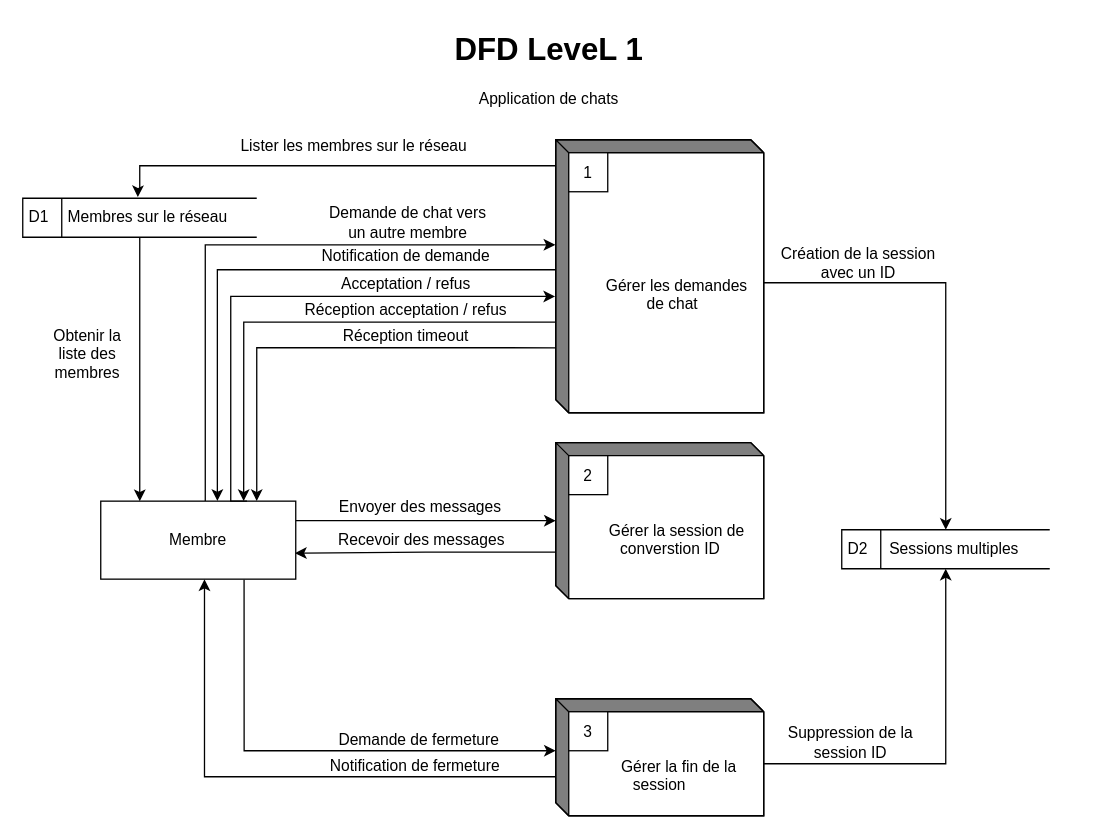
samuelroland/poneytoponey keeps this draw.io diagram as docs/dfd.drawio. Above is the earlier version. Source tidied: cells renumbered, new cells numbered last; positions are measured from the earlier drawing's top-left corner, leaving out a move shared by most shapes. Both pictures are drawn from the tidied source at 130%, with x=0, y=0 at pixel (22, 22).
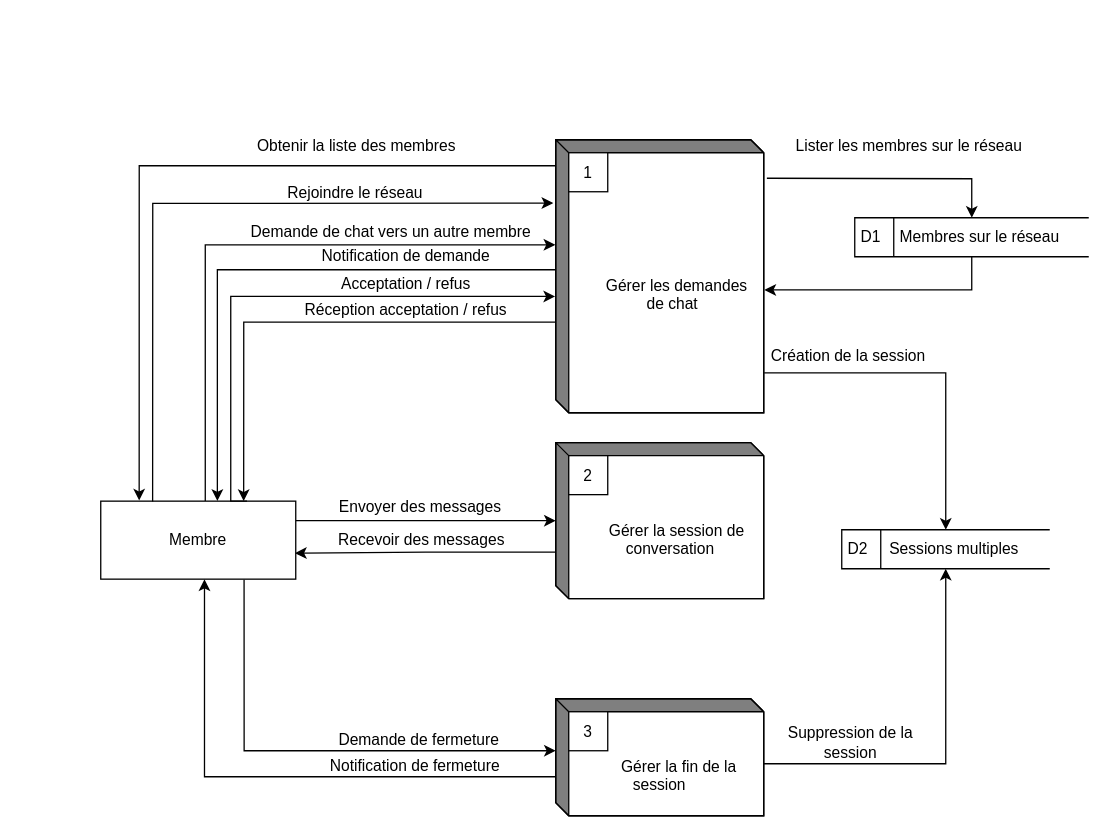
Above is the later version.

Unchanged cells that the change refers to:
```xml
<mxCell id="4" value="&lt;div&gt;&lt;br&gt;&lt;/div&gt;&lt;div&gt;&lt;br&gt;&lt;/div&gt;&lt;div&gt;&amp;nbsp; &amp;nbsp; &amp;nbsp; &amp;nbsp; &amp;nbsp;Gérer les demandes&amp;nbsp;&lt;/div&gt;&lt;div&gt;&amp;nbsp; &amp;nbsp; &amp;nbsp; de chat&lt;/div&gt;" style="html=1;dashed=0;whiteSpace=wrap;shape=mxgraph.dfd.externalEntity;" parent="1" vertex="1">
  <mxGeometry x="410" y="90" width="160" height="210" as="geometry" />
</mxCell>
<mxCell id="16" value="Membre" style="html=1;dashed=0;whiteSpace=wrap;" parent="1" vertex="1">
  <mxGeometry x="60" y="368" width="150" height="60" as="geometry" />
</mxCell>
<mxCell id="17" value="D2&amp;nbsp; &amp;nbsp; &amp;nbsp;Sessions multiples" style="html=1;dashed=0;whiteSpace=wrap;shape=mxgraph.dfd.dataStoreID;align=left;spacingLeft=3;points=[[0,0],[0.5,0],[1,0],[0,0.5],[1,0.5],[0,1],[0.5,1],[1,1]];" parent="1" vertex="1">
  <mxGeometry x="630" y="390" width="160" height="30" as="geometry" />
</mxCell>
```

Diff of the diagram source:
```diff
@@
-    <mxCell id="2" style="edgeStyle=orthogonalEdgeStyle;rounded=0;jettySize=auto;html=1;exitX=0;exitY=0;exitDx=0;exitDy=20;exitPerimeter=0;entryX=0.492;entryY=-0.029;entryDx=0;entryDy=0;entryPerimeter=0;" parent="1" edge="1" source="4" target="14">
+    <mxCell id="2" style="edgeStyle=orthogonalEdgeStyle;rounded=0;jettySize=auto;html=1;exitX=0;exitY=0;exitDx=0;exitDy=20;exitPerimeter=0;entryX=0.197;entryY=-0.008;entryDx=0;entryDy=0;entryPerimeter=0;" parent="1" edge="1" source="4" target="16">
       <mxGeometry relative="1" as="geometry">
         <Array as="points">
           <mxPoint x="90" y="110" />
-          <mxPoint x="90" y="129" />
         </Array>
       </mxGeometry>
     </mxCell>
-    <mxCell id="3" style="edgeStyle=orthogonalEdgeStyle;rounded=0;jettySize=auto;html=1;exitX=0;exitY=0;exitDx=160;exitDy=110;exitPerimeter=0;" parent="1" edge="1" source="4" target="17">
+    <mxCell id="3" style="edgeStyle=orthogonalEdgeStyle;rounded=0;jettySize=auto;html=1;exitX=1.002;exitY=0.854;exitDx=0;exitDy=0;exitPerimeter=0;" parent="1" edge="1" source="4" target="17">
       <mxGeometry relative="1" as="geometry" />
     </mxCell>
@@
-    <mxCell id="7" value="&lt;div&gt;&lt;br&gt;&lt;/div&gt;&lt;div&gt;&lt;br&gt;&lt;/div&gt;&lt;div&gt;&amp;nbsp; &amp;nbsp; &amp;nbsp; &amp;nbsp; &amp;nbsp;Gérer la session de&amp;nbsp;&lt;/div&gt;&lt;div&gt;&amp;nbsp; &amp;nbsp; &amp;nbsp;converstion ID&lt;/div&gt;" style="html=1;dashed=0;whiteSpace=wrap;shape=mxgraph.dfd.externalEntity;" parent="1" vertex="1">
+    <mxCell id="7" value="&lt;div&gt;&lt;br&gt;&lt;/div&gt;&lt;div&gt;&lt;br&gt;&lt;/div&gt;&lt;div&gt;&amp;nbsp; &amp;nbsp; &amp;nbsp; &amp;nbsp; &amp;nbsp;Gérer la session de&amp;nbsp;&lt;/div&gt;&lt;div&gt;&amp;nbsp; &amp;nbsp; &amp;nbsp;conversation&lt;/div&gt;" style="html=1;dashed=0;whiteSpace=wrap;shape=mxgraph.dfd.externalEntity;" parent="1" vertex="1">
       <mxGeometry x="410" y="323" width="160" height="120" as="geometry" />
     </mxCell>
@@
-    <mxCell id="13" style="edgeStyle=orthogonalEdgeStyle;rounded=0;jettySize=auto;html=1;exitX=0.5;exitY=1;exitDx=0;exitDy=0;" parent="1" edge="1" source="14" target="16">
+    <mxCell id="13" style="edgeStyle=orthogonalEdgeStyle;rounded=0;jettySize=auto;html=1;exitX=0.5;exitY=1;exitDx=0;exitDy=0;entryX=1.003;entryY=0.55;entryDx=0;entryDy=0;entryPerimeter=0;" parent="1" edge="1" source="14" target="4">
       <mxGeometry relative="1" as="geometry">
         <Array as="points">
-          <mxPoint x="90" y="300" />
-          <mxPoint x="90" y="300" />
+          <mxPoint x="730" y="206" />
+          <mxPoint x="571" y="206" />
         </Array>
       </mxGeometry>
     </mxCell>
     <mxCell id="14" value="D1&lt;span style=&quot;white-space: pre;&quot;&gt;&#9; Membres sur le réseau&lt;/span&gt;" style="html=1;dashed=0;whiteSpace=wrap;shape=mxgraph.dfd.dataStoreID;align=left;spacingLeft=3;points=[[0,0],[0.5,0],[1,0],[0,0.5],[1,0.5],[0,1],[0.5,1],[1,1]];" parent="1" vertex="1">
-      <mxGeometry y="135" width="180" height="30" as="geometry" />
+      <mxGeometry x="640" y="150" width="180" height="30" as="geometry" />
     </mxCell>
@@
     <mxCell id="18" value="Lister les membres sur le réseau" style="text;html=1;whiteSpace=wrap;strokeColor=none;fillColor=none;align=center;verticalAlign=middle;rounded=0;" parent="1" vertex="1">
-      <mxGeometry x="160" y="80" width="190" height="30" as="geometry" />
+      <mxGeometry x="587" y="80" width="190" height="30" as="geometry" />
     </mxCell>
     <mxCell id="19" value="Obtenir la liste des membres" style="text;html=1;whiteSpace=wrap;strokeColor=none;fillColor=none;align=center;verticalAlign=middle;rounded=0;" parent="1" vertex="1">
-      <mxGeometry x="20" y="240" width="60" height="30" as="geometry" />
+      <mxGeometry x="132" y="80" width="250" height="30" as="geometry" />
     </mxCell>
@@
     <mxCell id="21" value="Demande de chat vers un autre membre" style="text;html=1;whiteSpace=wrap;strokeColor=none;fillColor=none;align=center;verticalAlign=middle;rounded=0;" parent="1" vertex="1">
-      <mxGeometry x="234" y="139" width="125" height="30" as="geometry" />
+      <mxGeometry x="174" y="146" width="219" height="30" as="geometry" />
     </mxCell>
-    <mxCell id="22" value="&lt;h1 style=&quot;margin-top: 0px;&quot; align=&quot;center&quot;&gt;DFD LeveL 1&lt;/h1&gt;&lt;p align=&quot;center&quot;&gt;Application de chats&lt;/p&gt;" style="text;html=1;whiteSpace=wrap;overflow=hidden;rounded=0;align=center;" parent="1" vertex="1">
-      <mxGeometry x="315" width="180" height="120" as="geometry" />
-    </mxCell>
@@
-    <mxCell id="29" style="edgeStyle=orthogonalEdgeStyle;rounded=0;jettySize=auto;html=1;exitX=0;exitY=0.762;exitDx=0;exitDy=0;exitPerimeter=0;entryX=0.8;entryY=-0.001;entryDx=0;entryDy=0;entryPerimeter=0;" parent="1" edge="1" source="4" target="16">
-      <mxGeometry relative="1" as="geometry" />
-    </mxCell>
-    <mxCell id="30" value="Réception timeout" style="text;html=1;whiteSpace=wrap;strokeColor=none;fillColor=none;align=center;verticalAlign=middle;rounded=0;" parent="1" vertex="1">
-      <mxGeometry x="240" y="226" width="110" height="30" as="geometry" />
-    </mxCell>
-    <mxCell id="31" value="Création de la session avec un ID" style="text;html=1;whiteSpace=wrap;strokeColor=none;fillColor=none;align=center;verticalAlign=middle;rounded=0;" parent="1" vertex="1">
-      <mxGeometry x="578" y="170" width="130" height="30" as="geometry" />
+    <mxCell id="31" value="Création de la session&amp;nbsp;" style="text;html=1;whiteSpace=wrap;strokeColor=none;fillColor=none;align=center;verticalAlign=middle;rounded=0;" parent="1" vertex="1">
+      <mxGeometry x="572" y="242" width="130" height="30" as="geometry" />
     </mxCell>
@@
-    <mxCell id="37" value="Suppression de la session ID" style="text;html=1;whiteSpace=wrap;strokeColor=none;fillColor=none;align=center;verticalAlign=middle;rounded=0;" parent="1" vertex="1">
+    <mxCell id="37" value="Suppression de la session" style="text;html=1;whiteSpace=wrap;strokeColor=none;fillColor=none;align=center;verticalAlign=middle;rounded=0;" parent="1" vertex="1">
       <mxGeometry x="587" y="539" width="100" height="30" as="geometry" />
     </mxCell>
+    <mxCell id="38" style="endArrow=classic;html=1;rounded=0;exitX=1.015;exitY=0.141;exitDx=0;exitDy=0;exitPerimeter=0;entryX=0.5;entryY=0;entryDx=0;entryDy=0;" parent="1" edge="1" source="4" target="14">
+      <mxGeometry relative="1" as="geometry">
+        <Array as="points">
+          <mxPoint x="730" y="120" />
+        </Array>
+      </mxGeometry>
+    </mxCell>
+    <mxCell id="39" style="endArrow=classic;html=1;rounded=0;entryX=-0.012;entryY=0.189;entryDx=0;entryDy=0;entryPerimeter=0;exitX=0.266;exitY=0.005;exitDx=0;exitDy=0;exitPerimeter=0;" parent="1" edge="1" source="16">
+      <mxGeometry relative="1" as="geometry">
+        <mxPoint x="408.1" y="138.7" as="targetPoint" />
+        <Array as="points">
+          <mxPoint x="100" y="139" />
+        </Array>
+      </mxGeometry>
+    </mxCell>
+    <mxCell id="40" value="Rejoindre le réseau" style="text;html=1;whiteSpace=wrap;strokeColor=none;fillColor=none;align=center;verticalAlign=middle;rounded=0;" parent="1" vertex="1">
+      <mxGeometry x="131" y="116" width="250" height="30" as="geometry" />
+    </mxCell>
```
